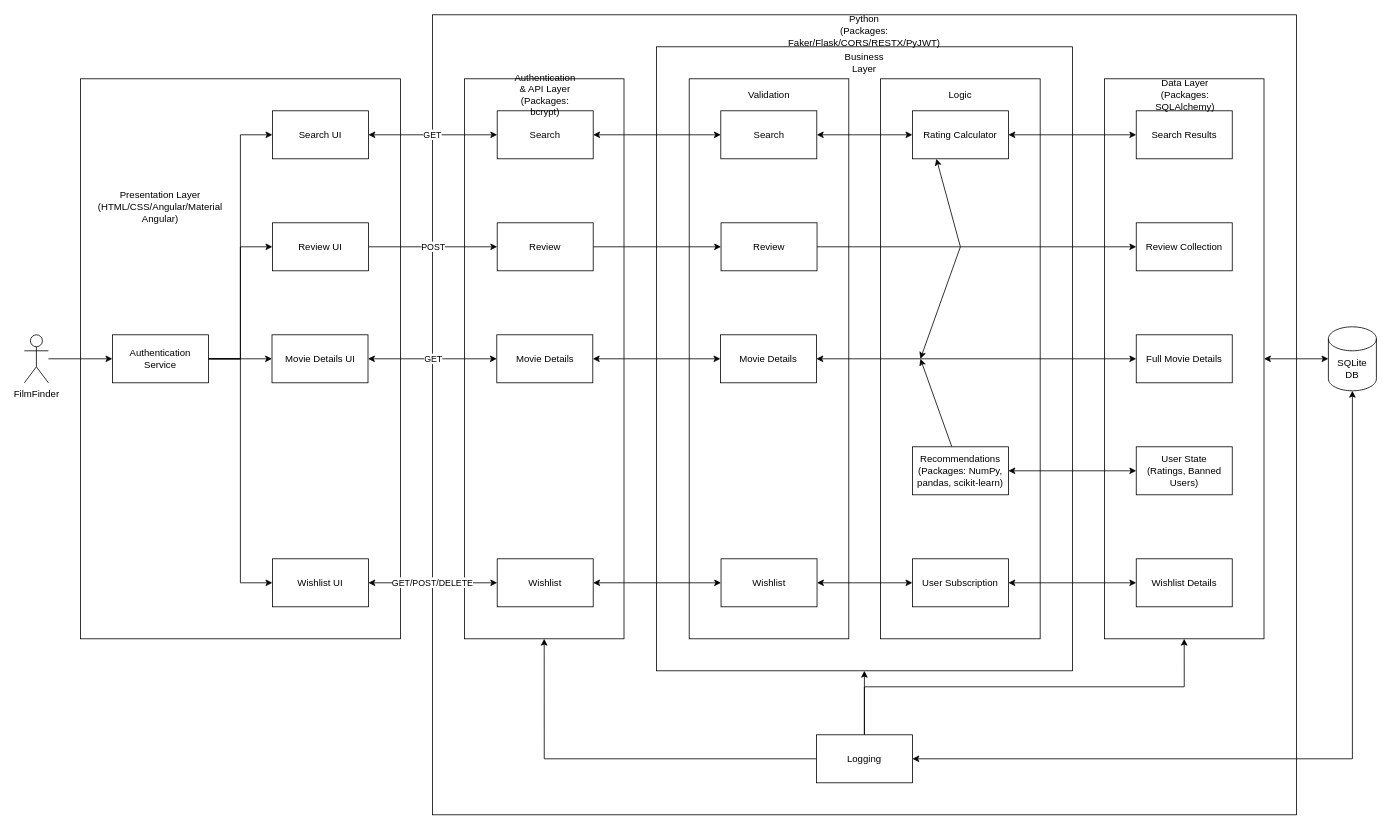
The draw.io diagram page "New (horizontal)" (2 of 3) of project diagrams/software_architecture.drawio in unsw-cse-capstone-project/capstone-project-comp9900-h16a-tahelka, before the edit. Source tidied: cells renumbered, new cells numbered last; positions are measured from the earlier drawing's top-left corner, leaving out a move shared by most shapes. Both pictures are drawn from the tidied source at 80%, with x=0, y=0 at pixel (24, 14).
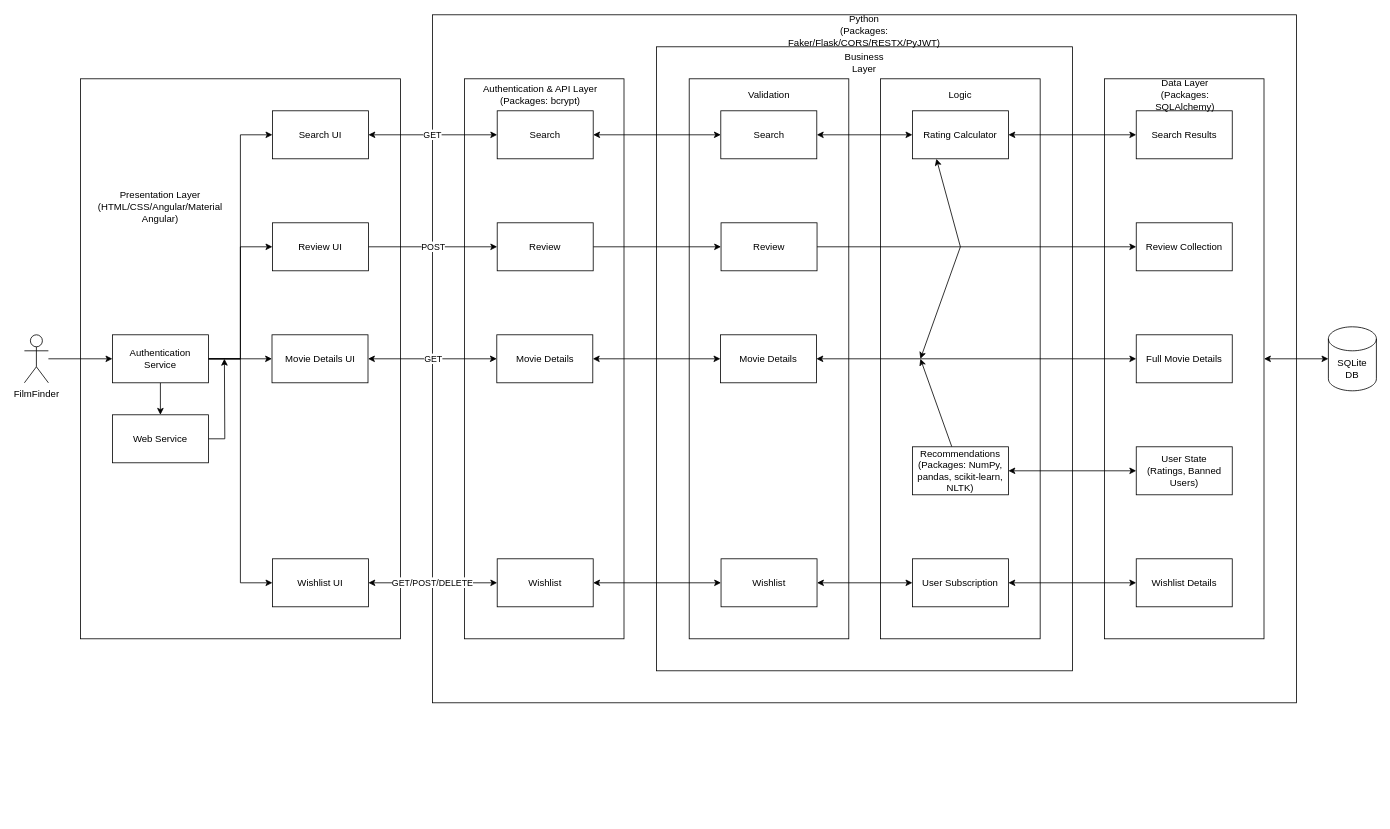
After the change.

Unchanged cells that the change refers to:
```xml
<mxCell id="9" value="Authentication&lt;br&gt;Service" style="rounded=0;whiteSpace=wrap;html=1;" parent="1" vertex="1">
  <mxGeometry x="110" y="400" width="120" height="60" as="geometry" />
</mxCell>
<mxCell id="13" style="rounded=0;whiteSpace=wrap;html=1;" parent="1" vertex="1">
  <mxGeometry x="550" y="80" width="199.5" height="700" as="geometry" />
</mxCell>
<mxCell id="15" style="rounded=0;whiteSpace=wrap;html=1;" parent="1" vertex="1">
  <mxGeometry x="790" y="40" width="520" height="780" as="geometry" />
</mxCell>
<mxCell id="16" value="SQLite&lt;br&gt;DB" style="shape=cylinder3;whiteSpace=wrap;html=1;boundedLbl=1;backgroundOutline=1;size=15;" parent="1" vertex="1">
  <mxGeometry x="1630" y="390" width="60" height="80" as="geometry" />
</mxCell>
<mxCell id="31" style="rounded=0;whiteSpace=wrap;html=1;" parent="1" vertex="1">
  <mxGeometry x="1350" y="80" width="199.5" height="700" as="geometry" />
</mxCell>
```

Diff of the diagram source:
```diff
@@
+    <mxCell id="68" style="edgeStyle=orthogonalEdgeStyle;rounded=0;jettySize=auto;html=1;exitX=0.5;exitY=1;exitDx=0;exitDy=0;entryX=0.5;entryY=0;entryDx=0;entryDy=0;" parent="1" edge="1" source="9" target="70">
+      <mxGeometry relative="1" as="geometry" />
+    </mxCell>
@@
     <mxCell id="12" style="rounded=0;whiteSpace=wrap;html=1;" parent="1" vertex="1">
-      <mxGeometry x="510" width="1080" height="1000" as="geometry" />
+      <mxGeometry x="510" width="1080" height="860" as="geometry" />
     </mxCell>
@@
     <mxCell id="18" value="Authentication &amp;amp; API Layer&lt;br&gt;(Packages: bcrypt)" style="text;html=1;strokeColor=none;fillColor=none;align=center;verticalAlign=middle;whiteSpace=wrap;rounded=0;" parent="1" vertex="1">
-      <mxGeometry x="631" y="90" width="40" height="20" as="geometry" />
+      <mxGeometry x="570" y="90" width="150" height="20" as="geometry" />
     </mxCell>
@@
-    <mxCell id="28" value="Recommendations&lt;br&gt;(Packages: NumPy, pandas, scikit-learn)" style="rounded=0;whiteSpace=wrap;html=1;" parent="1" vertex="1">
+    <mxCell id="28" value="Recommendations&lt;br&gt;(Packages: NumPy, pandas, scikit-learn, NLTK)" style="rounded=0;whiteSpace=wrap;html=1;" parent="1" vertex="1">
       <mxGeometry x="1110" y="540" width="120" height="60" as="geometry" />
     </mxCell>
@@
-    <mxCell id="30" style="edgeStyle=orthogonalEdgeStyle;rounded=0;jettySize=auto;html=1;entryX=0.5;entryY=0;entryDx=0;entryDy=0;startArrow=classic;startFill=1;endArrow=none;endFill=0;exitX=0.5;exitY=1;exitDx=0;exitDy=0;" parent="1" edge="1" source="31" target="40">
-      <mxGeometry relative="1" as="geometry" />
-    </mxCell>
@@
-    <mxCell id="37" style="edgeStyle=orthogonalEdgeStyle;rounded=0;jettySize=auto;html=1;entryX=0.5;entryY=1;entryDx=0;entryDy=0;entryPerimeter=0;startArrow=classic;startFill=1;endArrow=classic;endFill=1;" parent="1" edge="1" source="40" target="16">
-      <mxGeometry relative="1" as="geometry" />
-    </mxCell>
-    <mxCell id="38" style="edgeStyle=orthogonalEdgeStyle;rounded=0;jettySize=auto;html=1;startArrow=none;startFill=0;endArrow=classic;endFill=1;" parent="1" edge="1" source="40" target="15">
-      <mxGeometry relative="1" as="geometry" />
-    </mxCell>
-    <mxCell id="39" style="edgeStyle=orthogonalEdgeStyle;rounded=0;jettySize=auto;html=1;entryX=0.5;entryY=1;entryDx=0;entryDy=0;startArrow=none;startFill=0;endArrow=classic;endFill=1;" parent="1" edge="1" source="40" target="13">
-      <mxGeometry relative="1" as="geometry" />
-    </mxCell>
-    <mxCell id="40" value="Logging" style="rounded=0;whiteSpace=wrap;html=1;" parent="1" vertex="1">
-      <mxGeometry x="990" y="900" width="120" height="60" as="geometry" />
-    </mxCell>
@@
+    <mxCell id="69" style="edgeStyle=orthogonalEdgeStyle;rounded=0;jettySize=auto;html=1;exitX=1;exitY=0.5;exitDx=0;exitDy=0;" parent="1" edge="1" source="70">
+      <mxGeometry relative="1" as="geometry">
+        <mxPoint x="250" y="430" as="targetPoint" />
+      </mxGeometry>
+    </mxCell>
+    <mxCell id="70" value="Web Service" style="rounded=0;whiteSpace=wrap;html=1;" parent="1" vertex="1">
+      <mxGeometry x="110" y="500" width="120" height="60" as="geometry" />
+    </mxCell>
```
